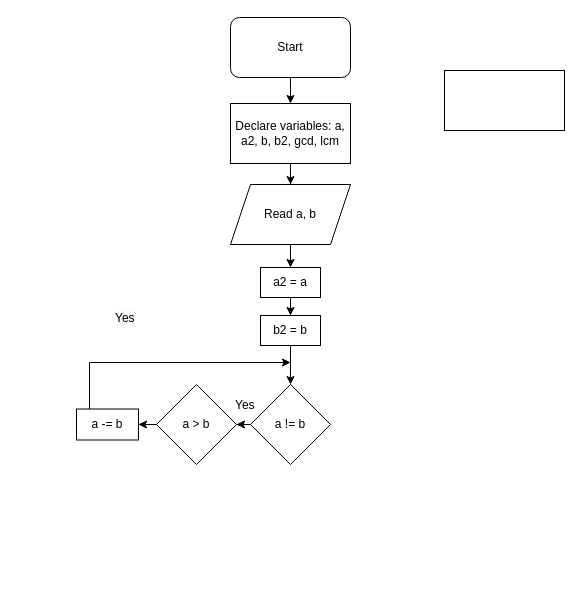
Earlier version of the draw.io diagram Lab Report 4.drawio (rustybladez/flowcharts). Source tidied: cells renumbered, new cells numbered last; positions are measured from the earlier drawing's top-left corner, leaving out a move shared by most shapes. Both pictures are drawn from the tidied source at 100%, with x=0, y=0 at pixel (76, 17).
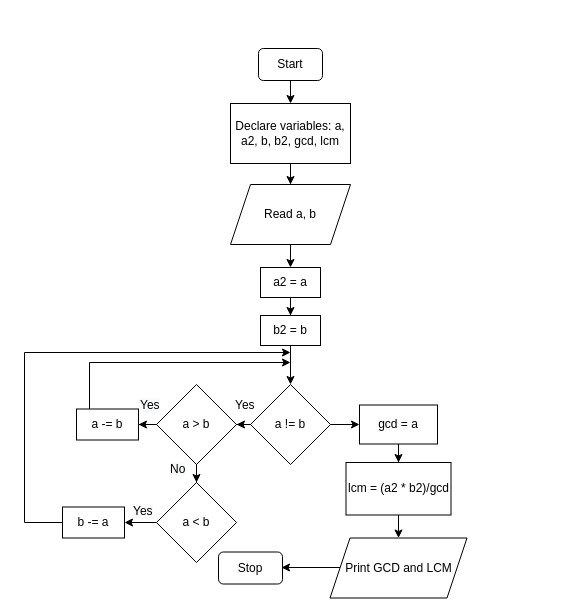
Above is the later version.

Unchanged cells that the change refers to:
```xml
<mxCell id="14" value="a != b" style="rhombus;whiteSpace=wrap;html=1;rounded=0;" parent="1" vertex="1">
  <mxGeometry x="174" y="367" width="80" height="80" as="geometry" />
</mxCell>
<mxCell id="16" value="a &amp;gt; b" style="rhombus;whiteSpace=wrap;html=1;rounded=0;" parent="1" vertex="1">
  <mxGeometry x="80" y="367" width="80" height="80" as="geometry" />
</mxCell>
```

What changed in the source:
```diff
@@
     <mxCell id="3" value="Start" style="rounded=1;whiteSpace=wrap;html=1;" parent="1" vertex="1">
-      <mxGeometry x="154" width="120" height="60" as="geometry" />
+      <mxGeometry x="182" y="31" width="64" height="32" as="geometry" />
     </mxCell>
@@
-    <mxCell id="10" style="rounded=0;whiteSpace=wrap;html=1;" parent="1" vertex="1">
-      <mxGeometry x="368" y="53" width="120" height="60" as="geometry" />
-    </mxCell>
@@
+    <mxCell id="21" style="edgeStyle=orthogonalEdgeStyle;rounded=0;jettySize=auto;html=1;" parent="1" edge="1" source="14" target="30">
+      <mxGeometry relative="1" as="geometry" />
+    </mxCell>
@@
+    <mxCell id="22" style="edgeStyle=orthogonalEdgeStyle;rounded=0;jettySize=auto;html=1;" parent="1" edge="1" source="16" target="24">
+      <mxGeometry relative="1" as="geometry" />
+    </mxCell>
@@
     <mxCell id="20" value="&lt;span style=&quot;color: rgb(0, 0, 0); font-family: Helvetica; font-size: 12px; font-style: normal; font-variant-ligatures: normal; font-variant-caps: normal; font-weight: 400; letter-spacing: normal; orphans: 2; text-align: center; text-indent: 0px; text-transform: none; widows: 2; word-spacing: 0px; -webkit-text-stroke-width: 0px; background-color: rgb(248, 249, 250); text-decoration-thickness: initial; text-decoration-style: initial; text-decoration-color: initial; float: none; display: inline !important;&quot;&gt;Yes&lt;/span&gt;" style="text;whiteSpace=wrap;html=1;" parent="1" vertex="1">
-      <mxGeometry x="37" y="287" width="22" height="23" as="geometry" />
+      <mxGeometry x="62" y="374" width="22" height="23" as="geometry" />
     </mxCell>
+    <mxCell id="23" style="edgeStyle=orthogonalEdgeStyle;rounded=0;jettySize=auto;html=1;" parent="1" edge="1" source="24" target="25">
+      <mxGeometry relative="1" as="geometry" />
+    </mxCell>
+    <mxCell id="24" value="a &amp;lt; b" style="rhombus;whiteSpace=wrap;html=1;rounded=0;" parent="1" vertex="1">
+      <mxGeometry x="80" y="465" width="80" height="80" as="geometry" />
+    </mxCell>
+    <mxCell id="25" value="b -= a" style="whiteSpace=wrap;html=1;rounded=0;" parent="1" vertex="1">
+      <mxGeometry x="-14" y="489.5" width="62" height="31" as="geometry" />
+    </mxCell>
+    <mxCell id="26" style="edgeStyle=orthogonalEdgeStyle;rounded=0;jettySize=auto;html=1;exitX=0;exitY=0.5;exitDx=0;exitDy=0;" parent="1" edge="1" source="25">
+      <mxGeometry relative="1" as="geometry">
+        <mxPoint x="214" y="335" as="targetPoint" />
+        <Array as="points">
+          <mxPoint x="-52" y="505" />
+          <mxPoint x="-52" y="335" />
+        </Array>
+      </mxGeometry>
+    </mxCell>
+    <mxCell id="27" value="&lt;span style=&quot;color: rgb(0, 0, 0); font-family: Helvetica; font-size: 12px; font-style: normal; font-variant-ligatures: normal; font-variant-caps: normal; font-weight: 400; letter-spacing: normal; orphans: 2; text-align: center; text-indent: 0px; text-transform: none; widows: 2; word-spacing: 0px; -webkit-text-stroke-width: 0px; background-color: rgb(248, 249, 250); text-decoration-thickness: initial; text-decoration-style: initial; text-decoration-color: initial; float: none; display: inline !important;&quot;&gt;Yes&lt;/span&gt;" style="text;whiteSpace=wrap;html=1;" parent="1" vertex="1">
+      <mxGeometry x="55" y="480" width="22" height="23" as="geometry" />
+    </mxCell>
+    <mxCell id="28" value="&lt;span style=&quot;color: rgb(0, 0, 0); font-family: Helvetica; font-size: 12px; font-style: normal; font-variant-ligatures: normal; font-variant-caps: normal; font-weight: 400; letter-spacing: normal; orphans: 2; text-align: center; text-indent: 0px; text-transform: none; widows: 2; word-spacing: 0px; -webkit-text-stroke-width: 0px; background-color: rgb(248, 249, 250); text-decoration-thickness: initial; text-decoration-style: initial; text-decoration-color: initial; float: none; display: inline !important;&quot;&gt;No&lt;/span&gt;" style="text;whiteSpace=wrap;html=1;" parent="1" vertex="1">
+      <mxGeometry x="92" y="438" width="22" height="23" as="geometry" />
+    </mxCell>
+    <mxCell id="29" style="edgeStyle=orthogonalEdgeStyle;rounded=0;jettySize=auto;html=1;" parent="1" edge="1" source="30" target="32">
+      <mxGeometry relative="1" as="geometry" />
+    </mxCell>
+    <mxCell id="30" value="gcd = a" style="whiteSpace=wrap;html=1;rounded=0;" parent="1" vertex="1">
+      <mxGeometry x="283" y="387.5" width="78" height="39" as="geometry" />
+    </mxCell>
+    <mxCell id="31" style="edgeStyle=orthogonalEdgeStyle;rounded=0;jettySize=auto;html=1;" parent="1" edge="1" source="32" target="34">
+      <mxGeometry relative="1" as="geometry" />
+    </mxCell>
+    <mxCell id="32" value="lcm = (a2 * b2)/gcd" style="whiteSpace=wrap;html=1;rounded=0;" parent="1" vertex="1">
+      <mxGeometry x="269.5" y="445" width="105" height="52.5" as="geometry" />
+    </mxCell>
+    <mxCell id="33" style="edgeStyle=orthogonalEdgeStyle;rounded=0;jettySize=auto;html=1;" parent="1" edge="1" source="34">
+      <mxGeometry relative="1" as="geometry">
+        <mxPoint x="205" y="550" as="targetPoint" />
+      </mxGeometry>
+    </mxCell>
+    <mxCell id="34" value="Print GCD and LCM" style="shape=parallelogram;perimeter=parallelogramPerimeter;whiteSpace=wrap;html=1;fixedSize=1;rounded=0;" parent="1" vertex="1">
+      <mxGeometry x="253.5" y="520.5" width="137" height="60" as="geometry" />
+    </mxCell>
+    <mxCell id="35" value="Stop" style="rounded=1;whiteSpace=wrap;html=1;" parent="1" vertex="1">
+      <mxGeometry x="142" y="534.5" width="64" height="32" as="geometry" />
+    </mxCell>
```
